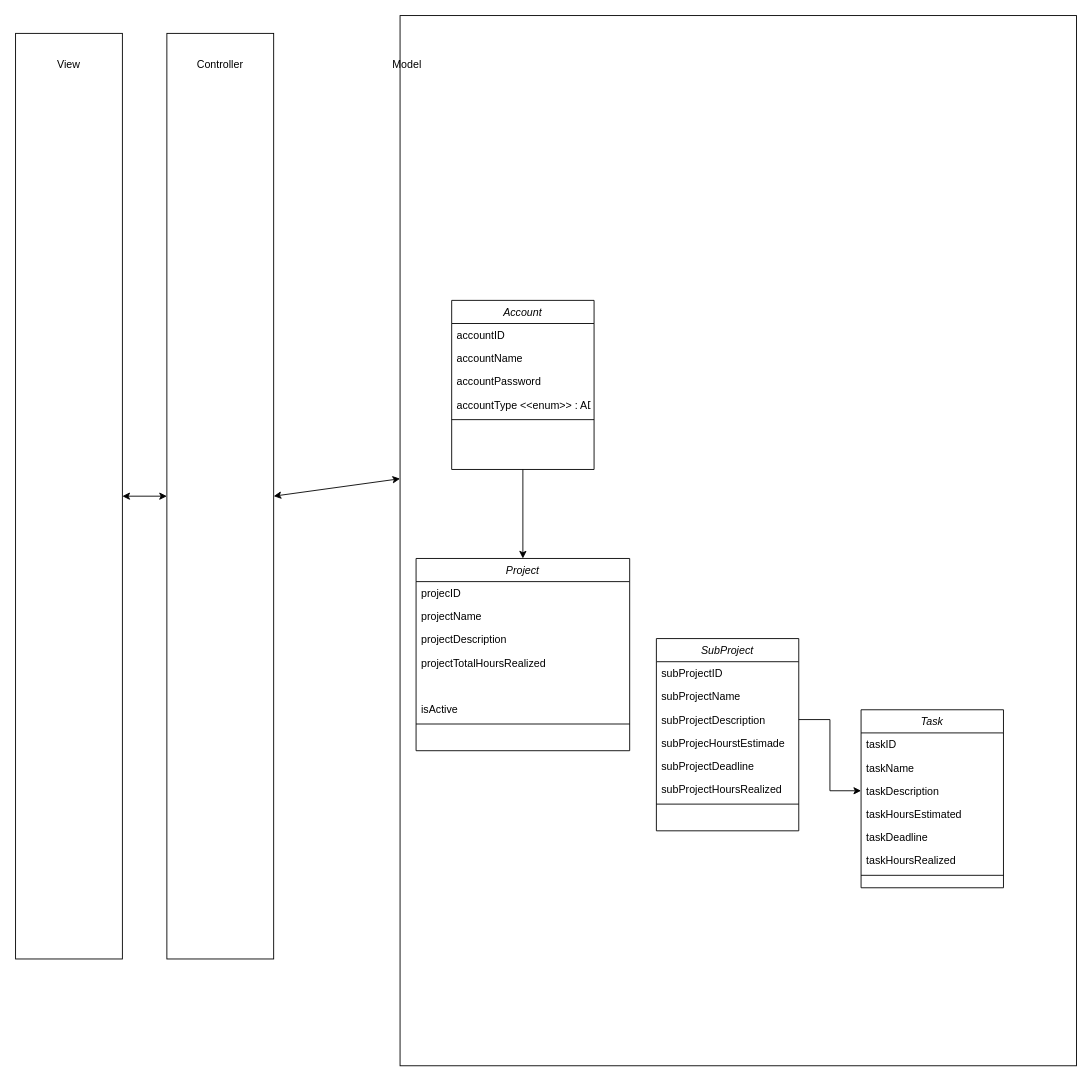
danskode/EasyScope keeps this draw.io diagram as docs/Domænemodel.drawio. Above is the earlier version. Source tidied: cells renumbered, new cells numbered last; positions are measured from the earlier drawing's top-left corner, leaving out a move shared by most shapes. Both pictures are drawn from the tidied source at 89%, with x=0, y=0 at pixel (15, 15).
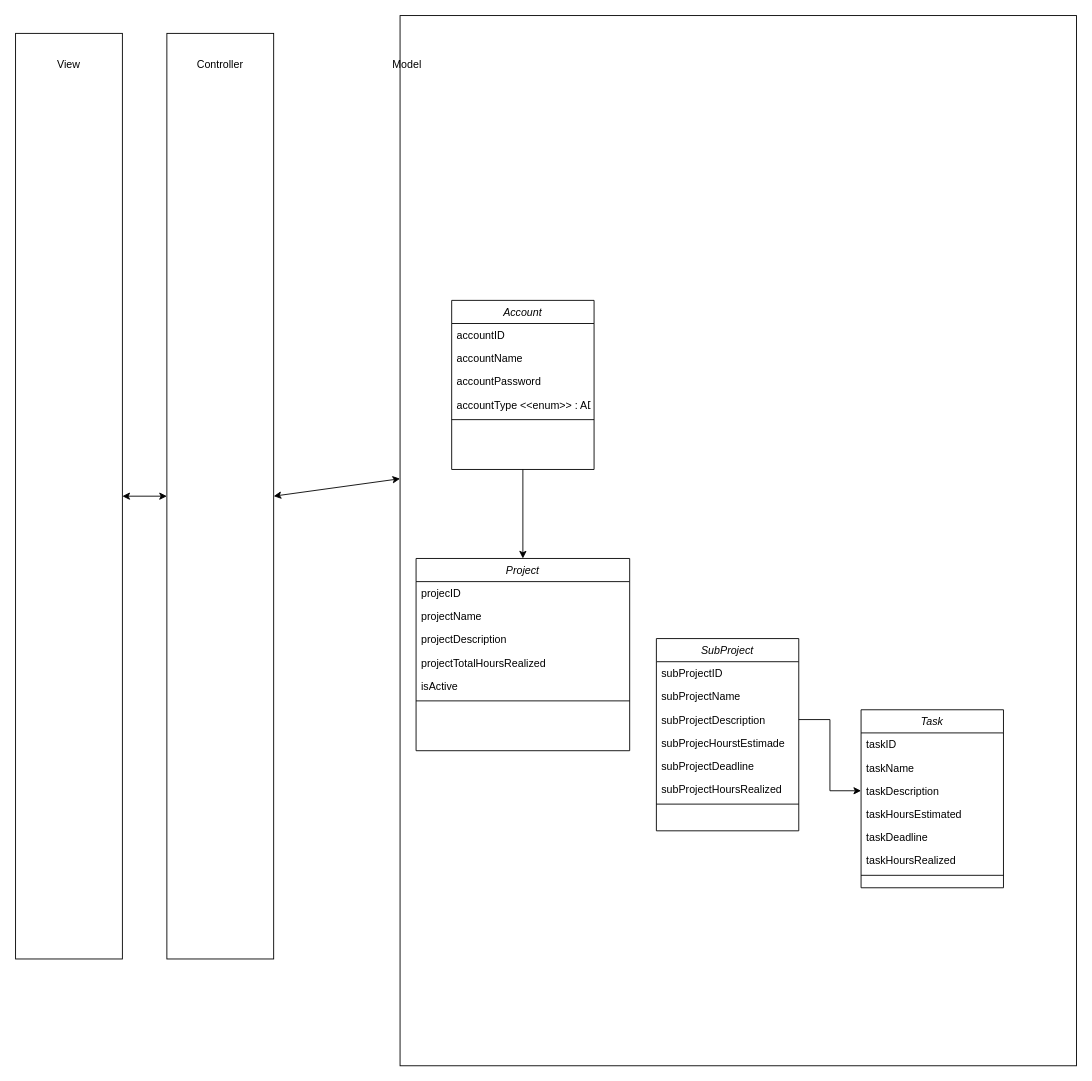
The same diagram, later.

Commit message (it also covers changes not shown here):
TIlføjet ER -  model

Unchanged cells that the change refers to:
```xml
<mxCell id="10" value="Project" style="swimlane;fontStyle=2;align=center;verticalAlign=top;horizontal=1;startSize=26;rounded=0;shadow=0;strokeWidth=1;" parent="1" vertex="1">
  <mxGeometry x="450" y="610" width="240" height="216" as="geometry" />
</mxCell>
```

Diff of the diagram source:
```diff
@@
-    <mxCell id="14" value="projectTotalHoursRealized" style="text;align=left;verticalAlign=top;spacingLeft=4;spacingRight=4;overflow=hidden;" parent="10" vertex="1">
-      <mxGeometry y="104" width="240" height="26" as="geometry" />
-    </mxCell>
     <mxCell id="15" style="text;align=left;verticalAlign=top;spacingLeft=4;spacingRight=4;overflow=hidden;" parent="10" vertex="1">
-      <mxGeometry y="130" width="240" height="26" as="geometry" />
+      <mxGeometry y="104" width="240" height="26" as="geometry" />
     </mxCell>
     <mxCell id="16" value="isActive" style="text;align=left;verticalAlign=top;spacingLeft=4;spacingRight=4;overflow=hidden;" parent="10" vertex="1">
-      <mxGeometry y="156" width="240" height="26" as="geometry" />
+      <mxGeometry y="130" width="240" height="26" as="geometry" />
     </mxCell>
     <mxCell id="17" style="line;html=1;strokeWidth=1;align=left;verticalAlign=middle;spacingTop=-1;spacingLeft=3;spacingRight=3;labelPosition=right;" parent="10" vertex="1">
-      <mxGeometry y="182" width="240" height="8" as="geometry" />
+      <mxGeometry y="156" width="240" height="8" as="geometry" />
     </mxCell>
@@
+    <mxCell id="14" value="projectTotalHoursRealized" style="text;align=left;verticalAlign=top;spacingLeft=4;spacingRight=4;overflow=hidden;" parent="1" vertex="1">
+      <mxGeometry x="450" y="714" width="240" height="26" as="geometry" />
+    </mxCell>
```
